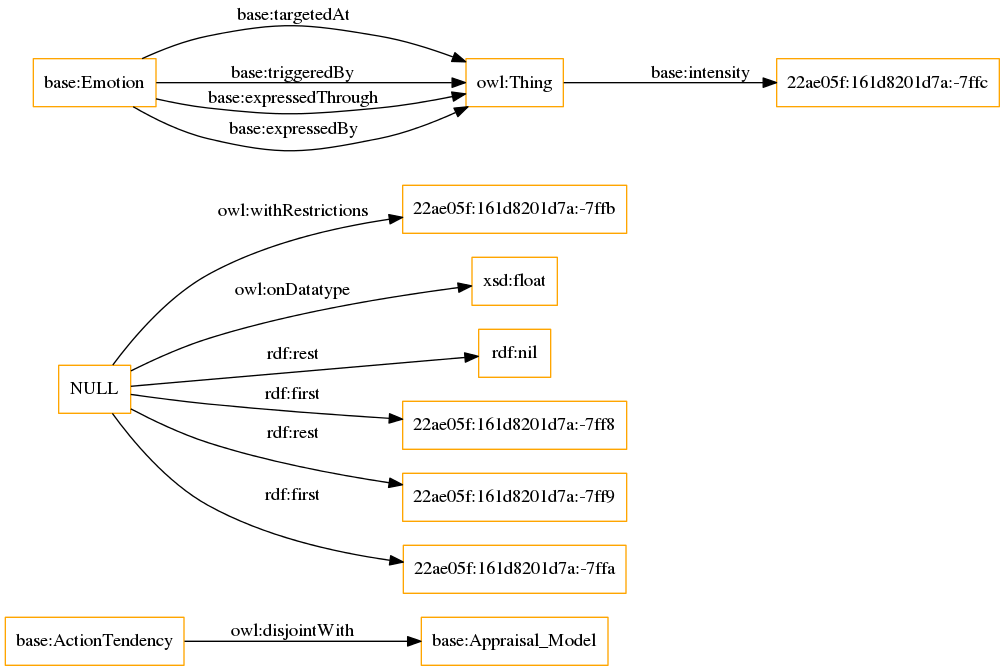
The Graphviz diagram OnToology/HEO.owl/diagrams/ar2dtool-class/HEO.owl.png in rana-othman/Huam-Affective-States-and-their-influences-Ontology-HASIO, before a commit. Its source is kept beside it as OnToology/HEO.owl/diagrams/ar2dtool-class/HEO.owl.png.dot.
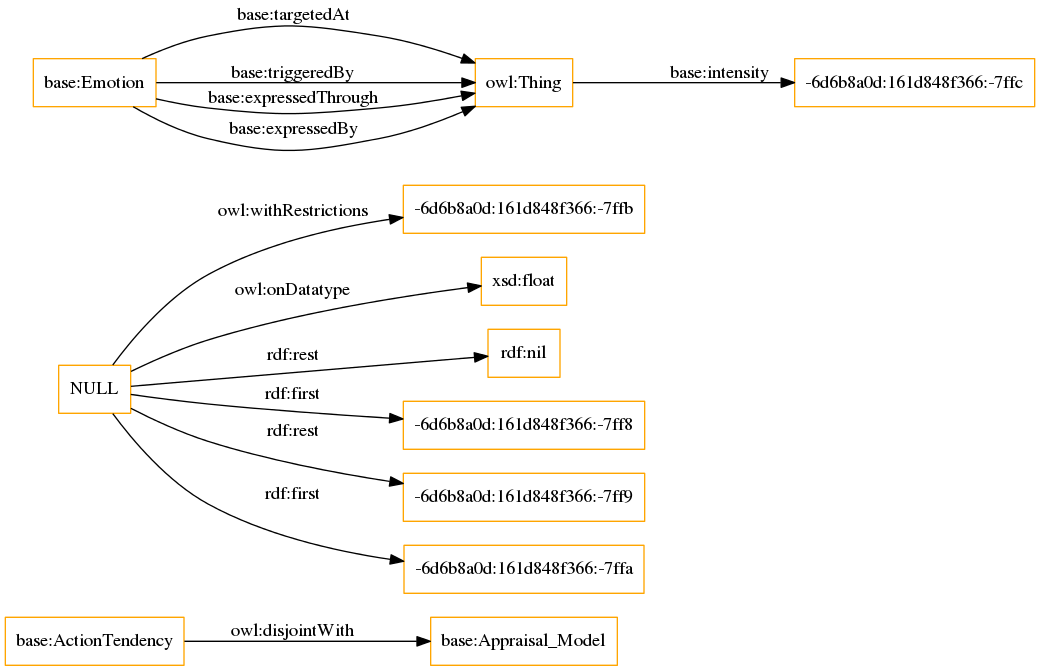
The same file after the commit.

The edit, as a diff of the source:
```diff
@@ -3,14 +3,14 @@
 size="1501"
 node [shape = rectangle, color="orange"]; "base:ActionTendency" "base:Appraisal_Model" ; /*classes style*/
 	"base:ActionTendency" -> "base:Appraisal_Model" [ label = "owl:disjointWith" ];
-	"NULL" -> "22ae05f:161d8201d7a:-7ffb" [ label = "owl:withRestrictions" ];
+	"NULL" -> "-6d6b8a0d:161d848f366:-7ffb" [ label = "owl:withRestrictions" ];
 	"NULL" -> "xsd:float" [ label = "owl:onDatatype" ];
 	"NULL" -> "rdf:nil" [ label = "rdf:rest" ];
-	"NULL" -> "22ae05f:161d8201d7a:-7ff8" [ label = "rdf:first" ];
-	"NULL" -> "22ae05f:161d8201d7a:-7ff9" [ label = "rdf:rest" ];
-	"NULL" -> "22ae05f:161d8201d7a:-7ffa" [ label = "rdf:first" ];
+	"NULL" -> "-6d6b8a0d:161d848f366:-7ff8" [ label = "rdf:first" ];
+	"NULL" -> "-6d6b8a0d:161d848f366:-7ff9" [ label = "rdf:rest" ];
+	"NULL" -> "-6d6b8a0d:161d848f366:-7ffa" [ label = "rdf:first" ];
 	"base:Emotion" -> "owl:Thing" [ label = "base:targetedAt" ];
-	"owl:Thing" -> "22ae05f:161d8201d7a:-7ffc" [ label = "base:intensity" ];
+	"owl:Thing" -> "-6d6b8a0d:161d848f366:-7ffc" [ label = "base:intensity" ];
 	"base:Emotion" -> "owl:Thing" [ label = "base:triggeredBy" ];
 	"base:Emotion" -> "owl:Thing" [ label = "base:expressedThrough" ];
 	"base:Emotion" -> "owl:Thing" [ label = "base:expressedBy" ];
```
